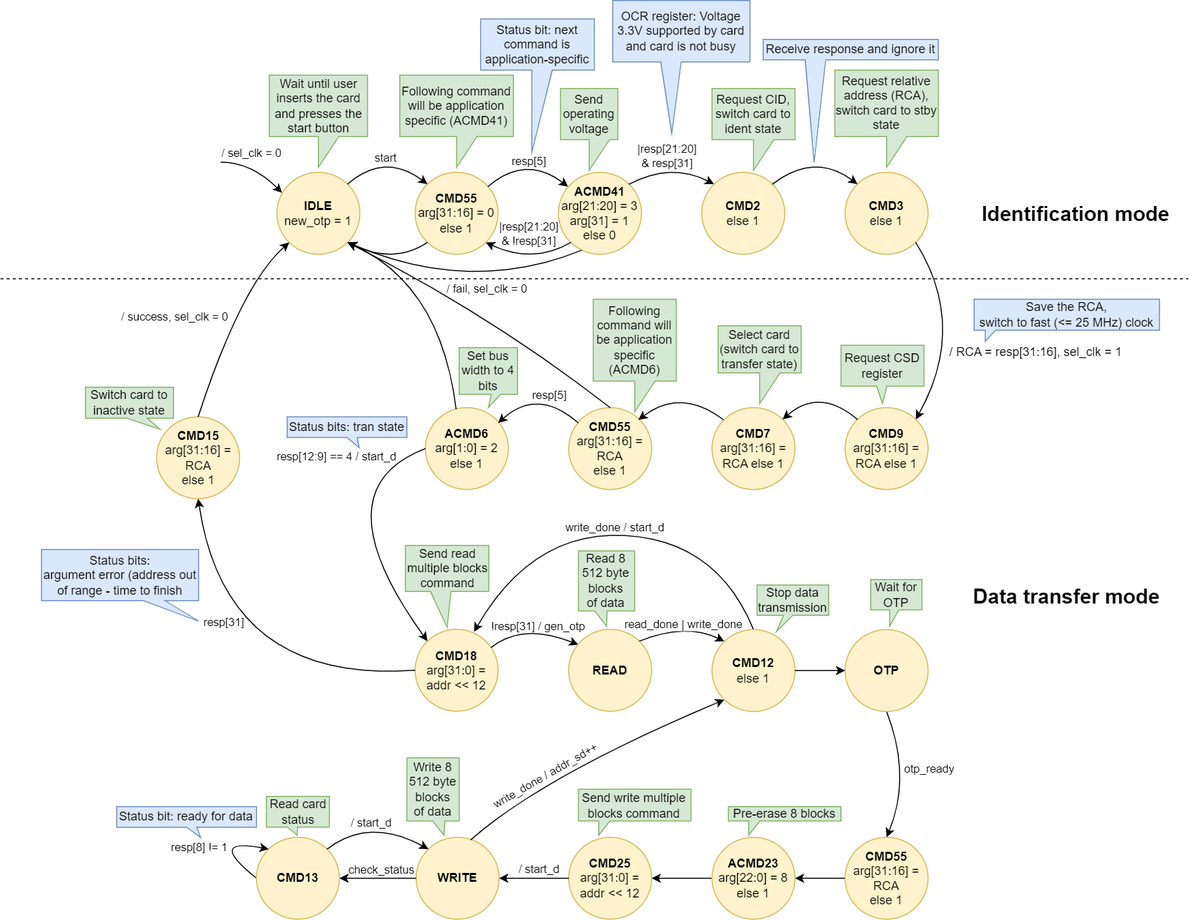
Earlier version of the draw.io export docs/SD/SD_fpga_states.png (sirazenkov/GhostSD). Source tidied: cells renumbered, new cells last; positions are measured from the earlier drawing's top-left corner, leaving out a move shared by most shapes.
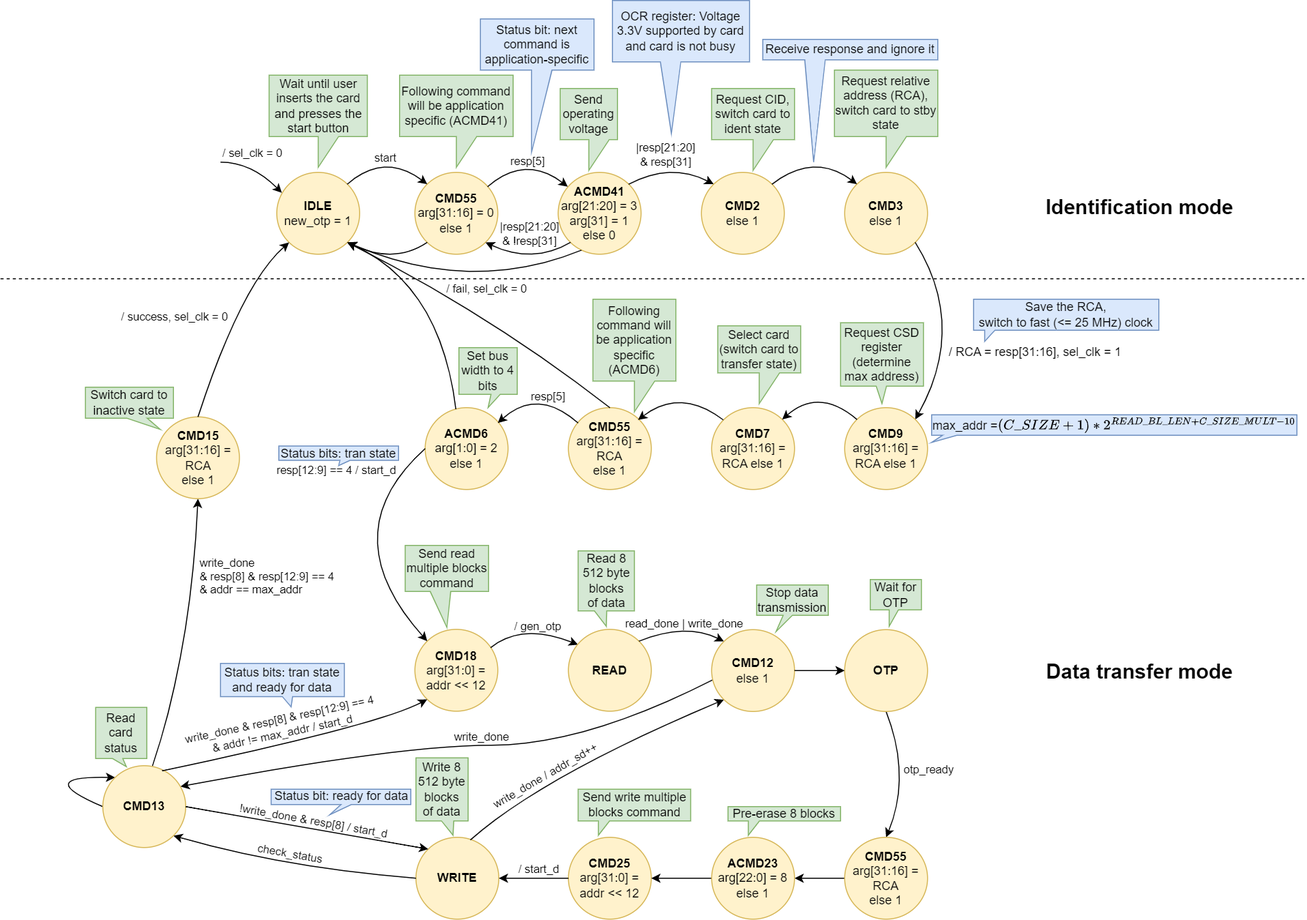
After the commit.

The edit, as a diff of the source:
```diff
@@ -1,4 +1,4 @@
-<mxGraphModel>
+<mxGraphModel math="1">
   <root>
     <mxCell id="0" />
     <mxCell id="1" parent="0" />
@@ -131,13 +131,13 @@
     <mxCell id="26" style="curved=1;endArrow=none;html=1;rounded=0;exitX=0;exitY=0;exitDx=0;exitDy=0;startArrow=classic;startFill=1;endFill=0;entryX=0;entryY=0.5;entryDx=0;entryDy=0;" parent="1" edge="1" source="25" target="22">
       <mxGeometry relative="1" as="geometry">
         <Array as="points">
-          <mxPoint x="310" y="478" />
+          <mxPoint x="323" y="521" />
         </Array>
       </mxGeometry>
     </mxCell>
-    <mxCell id="27" value="resp[12:9] == 4 / start_d" style="edgeLabel;html=1;align=center;verticalAlign=middle;" parent="26" vertex="1">
+    <mxCell id="27" value="resp[12:9] == 4 / start_d" style="edgeLabel;html=1;align=center;verticalAlign=middle;labelBackgroundColor=none;" parent="26" vertex="1">
       <mxGeometry x="0.23" y="-13" relative="1" as="geometry">
-        <mxPoint x="6" y="-26" as="offset" />
+        <mxPoint x="-21" y="-57" as="offset" />
       </mxGeometry>
     </mxCell>
     <mxCell id="28" value="&lt;b&gt;CMD25&lt;/b&gt;&lt;br&gt;arg[31:0] = addr &amp;lt;&amp;lt; 12" style="ellipse;whiteSpace=wrap;html=1;fillColor=#fff2cc;strokeColor=#d6b656;" parent="1" vertex="1">
@@ -151,34 +151,34 @@
         </Array>
       </mxGeometry>
     </mxCell>
-    <mxCell id="30" value="!resp[31] / gen_otp" style="edgeLabel;html=1;align=center;verticalAlign=middle;labelBackgroundColor=none;" parent="29" vertex="1">
+    <mxCell id="30" value="/ gen_otp" style="edgeLabel;html=1;align=center;verticalAlign=middle;labelBackgroundColor=none;" parent="29" vertex="1">
       <mxGeometry x="-0.37" y="-7" relative="1" as="geometry">
         <mxPoint x="17" y="-8" as="offset" />
       </mxGeometry>
     </mxCell>
-    <mxCell id="31" style="curved=1;endArrow=classic;html=1;rounded=0;entryX=0.71;entryY=0.03;entryDx=0;entryDy=0;exitX=0.5;exitY=0;exitDx=0;exitDy=0;entryPerimeter=0;" parent="1" edge="1" source="80" target="25">
+    <mxCell id="31" style="curved=1;endArrow=classic;html=1;rounded=0;entryX=0.937;entryY=0.255;entryDx=0;entryDy=0;exitX=0.017;exitY=0.612;exitDx=0;exitDy=0;entryPerimeter=0;exitPerimeter=0;" parent="1" edge="1" source="80" target="87">
       <mxGeometry relative="1" as="geometry">
         <Array as="points">
-          <mxPoint x="700" y="528" />
-          <mxPoint x="520" y="518" />
+          <mxPoint x="570" y="728" />
+          <mxPoint x="390" y="728" />
         </Array>
       </mxGeometry>
     </mxCell>
-    <mxCell id="32" value="write_done / start_d" style="edgeLabel;html=1;align=center;verticalAlign=middle;" parent="31" vertex="1">
+    <mxCell id="32" value="write_done" style="edgeLabel;html=1;align=center;verticalAlign=middle;" parent="31" vertex="1">
       <mxGeometry x="-0.22" y="13" relative="1" as="geometry">
-        <mxPoint x="-43" y="-24" as="offset" />
+        <mxPoint x="-33" y="-22" as="offset" />
       </mxGeometry>
     </mxCell>
-    <mxCell id="33" style="curved=1;endArrow=classic;html=1;rounded=0;exitX=0;exitY=0.5;exitDx=0;exitDy=0;entryX=0.5;entryY=1;entryDx=0;entryDy=0;" parent="1" edge="1" source="25" target="35">
+    <mxCell id="33" style="curved=1;endArrow=classic;html=1;rounded=0;exitX=0.598;exitY=0.006;exitDx=0;exitDy=0;entryX=0.5;entryY=1;entryDx=0;entryDy=0;exitPerimeter=0;" parent="1" edge="1" source="87" target="35">
       <mxGeometry relative="1" as="geometry">
         <Array as="points">
-          <mxPoint x="220" y="668" />
+          <mxPoint x="186" y="636" />
         </Array>
       </mxGeometry>
     </mxCell>
-    <mxCell id="34" value="resp[31]" style="edgeLabel;html=1;align=center;verticalAlign=middle;" parent="33" vertex="1">
+    <mxCell id="34" value="write_done &lt;br&gt;&amp;amp; resp[8] &amp;amp; resp[12:9] == 4&lt;br&gt;&amp;amp; addr == max_addr" style="edgeLabel;html=1;align=left;verticalAlign=middle;labelBackgroundColor=none;" parent="33" vertex="1">
       <mxGeometry x="0.31" y="-50" relative="1" as="geometry">
-        <mxPoint x="-44" y="2" as="offset" />
+        <mxPoint x="-46" y="-19" as="offset" />
       </mxGeometry>
     </mxCell>
     <mxCell id="35" value="&lt;b&gt;CMD15&lt;/b&gt;&lt;br&gt;arg[31:16] = RCA&lt;br&gt;else 1" style="ellipse;whiteSpace=wrap;html=1;fillColor=#fff2cc;strokeColor=#d6b656;" parent="1" vertex="1">
@@ -255,17 +255,17 @@
     <mxCell id="52" style="endArrow=none;dashed=1;html=1;rounded=0;" parent="1" edge="1">
       <mxGeometry relative="1" as="geometry">
         <mxPoint y="272" as="sourcePoint" />
-        <mxPoint x="1160" y="272" as="targetPoint" />
+        <mxPoint x="1274" y="272" as="targetPoint" />
       </mxGeometry>
     </mxCell>
     <mxCell id="53" value="&lt;font style=&quot;font-size: 20px;&quot;&gt;&lt;b&gt;Identification mode&lt;/b&gt;&lt;/font&gt;" style="text;html=1;strokeColor=none;fillColor=none;align=center;verticalAlign=middle;whiteSpace=wrap;rounded=0;labelBackgroundColor=none;" parent="1" vertex="1">
-      <mxGeometry x="955" y="193" width="191" height="30" as="geometry" />
+      <mxGeometry x="1018" y="186" width="191" height="30" as="geometry" />
     </mxCell>
     <mxCell id="54" value="&lt;font style=&quot;font-size: 20px;&quot;&gt;&lt;b&gt;Data transfer mode&lt;/b&gt;&lt;/font&gt;" style="text;html=1;strokeColor=none;fillColor=none;align=center;verticalAlign=middle;whiteSpace=wrap;rounded=0;labelBackgroundColor=none;" parent="1" vertex="1">
-      <mxGeometry x="946" y="567" width="191" height="30" as="geometry" />
+      <mxGeometry x="1018" y="639.7" width="191" height="30" as="geometry" />
     </mxCell>
-    <mxCell id="55" value="Request CSD register" style="shape=callout;whiteSpace=wrap;html=1;perimeter=calloutPerimeter;fillColor=#d5e8d4;strokeColor=#82b366;size=17;position=0.43;base=10;" parent="1" vertex="1">
-      <mxGeometry x="821" y="337" width="81" height="57" as="geometry" />
+    <mxCell id="55" value="Request CSD register (determine max address)" style="shape=callout;whiteSpace=wrap;html=1;perimeter=calloutPerimeter;fillColor=#d5e8d4;strokeColor=#82b366;size=17;position=0.43;base=10;" parent="1" vertex="1">
+      <mxGeometry x="821" y="315" width="81" height="79" as="geometry" />
     </mxCell>
     <mxCell id="56" value="Status bit: next command is application-specific" style="shape=callout;whiteSpace=wrap;html=1;perimeter=calloutPerimeter;fillColor=#dae8fc;strokeColor=#6c8ebf;size=80;position=0.45;position2=0.45;" parent="1" vertex="1">
       <mxGeometry x="469" y="18" width="111" height="130" as="geometry" />
@@ -279,11 +279,11 @@
     <mxCell id="59" value="Save the RCA,&lt;br&gt;switch to fast (&amp;lt;= 25 MHz) clock" style="shape=callout;whiteSpace=wrap;html=1;perimeter=calloutPerimeter;fillColor=#dae8fc;strokeColor=#6c8ebf;size=11;position=0.06;position2=0.06;base=10;" parent="1" vertex="1">
       <mxGeometry x="951" y="292" width="181" height="41.2" as="geometry" />
     </mxCell>
-    <mxCell id="60" value="Status bits: tran state" style="shape=callout;whiteSpace=wrap;html=1;perimeter=calloutPerimeter;fillColor=#dae8fc;strokeColor=#6c8ebf;size=10;position=0.5;position2=0.6;base=10;" parent="1" vertex="1">
-      <mxGeometry x="280" y="407" width="117" height="30.1" as="geometry" />
+    <mxCell id="60" value="Status bits: tran state" style="shape=callout;whiteSpace=wrap;html=1;perimeter=calloutPerimeter;fillColor=#dae8fc;strokeColor=#6c8ebf;size=5;position=0.51;position2=0.5;base=10;" parent="1" vertex="1">
+      <mxGeometry x="272" y="435.4" width="117" height="19.1" as="geometry" />
     </mxCell>
-    <mxCell id="61" value="Status bits:&lt;br&gt;argument error (address out of range - time to finish" style="shape=callout;whiteSpace=wrap;html=1;perimeter=calloutPerimeter;fillColor=#dae8fc;strokeColor=#6c8ebf;size=20;position=0.65;position2=1;base=21;" parent="1" vertex="1">
-      <mxGeometry x="40" y="536.7" width="153.5" height="70" as="geometry" />
+    <mxCell id="61" value="max_addr =\(&lt;br&gt;(C\_SIZE+1)*2^{READ\_BL\_LEN+C\_SIZE\_MULT-10}\)" style="shape=callout;whiteSpace=wrap;html=1;perimeter=calloutPerimeter;fillColor=#dae8fc;strokeColor=#6c8ebf;size=7;position=0.03;position2=0;base=14;" parent="1" vertex="1">
+      <mxGeometry x="910" y="405" width="357" height="27" as="geometry" />
     </mxCell>
     <mxCell id="62" value="Read 8 512 byte&lt;br&gt;&amp;nbsp;blocks&amp;nbsp; of data" style="shape=callout;whiteSpace=wrap;html=1;perimeter=calloutPerimeter;fillColor=#d5e8d4;strokeColor=#82b366;size=15;position=0.29;base=12;" parent="1" vertex="1">
       <mxGeometry x="564.5" y="538" width="55" height="73.7" as="geometry" />
@@ -367,7 +367,7 @@
       <mxGeometry x="739" y="571.3" width="70" height="45.7" as="geometry" />
     </mxCell>
     <mxCell id="79" value="Write 8 512 byte&lt;br&gt;&amp;nbsp;blocks&amp;nbsp; of data" style="shape=callout;whiteSpace=wrap;html=1;perimeter=calloutPerimeter;fillColor=#d5e8d4;strokeColor=#82b366;size=14;position=0.49;base=12;position2=0.71;" parent="1" vertex="1">
-      <mxGeometry x="397" y="740.3" width="51" height="75.7" as="geometry" />
+      <mxGeometry x="406" y="740.3" width="51" height="75.7" as="geometry" />
     </mxCell>
     <mxCell id="80" value="&lt;b&gt;CMD12&lt;/b&gt;&lt;br&gt;else 1" style="ellipse;whiteSpace=wrap;html=1;fillColor=#fff2cc;strokeColor=#d6b656;" parent="1" vertex="1">
       <mxGeometry x="695" y="615" width="81" height="80" as="geometry" />
@@ -375,31 +375,30 @@
     <mxCell id="81" value="&lt;b&gt;OTP&lt;/b&gt;" style="ellipse;whiteSpace=wrap;html=1;fillColor=#fff2cc;strokeColor=#d6b656;" parent="1" vertex="1">
       <mxGeometry x="825" y="615" width="81" height="80" as="geometry" />
     </mxCell>
-    <mxCell id="82" style="curved=1;endArrow=none;html=1;rounded=0;entryX=0;entryY=0.5;entryDx=0;entryDy=0;startArrow=classic;startFill=1;endFill=0;exitX=1;exitY=0.5;exitDx=0;exitDy=0;" parent="1" edge="1" source="87" target="64">
-      <mxGeometry relative="1" as="geometry" />
+    <mxCell id="82" style="curved=1;endArrow=none;html=1;rounded=0;entryX=0;entryY=0.5;entryDx=0;entryDy=0;startArrow=classic;startFill=1;endFill=0;exitX=1;exitY=1;exitDx=0;exitDy=0;" parent="1" edge="1" source="87" target="64">
+      <mxGeometry relative="1" as="geometry">
+        <Array as="points">
+          <mxPoint x="280" y="848" />
+        </Array>
+      </mxGeometry>
     </mxCell>
-    <mxCell id="83" value="check_status" style="edgeLabel;html=1;align=center;verticalAlign=middle;labelBackgroundColor=none;" parent="82" vertex="1">
+    <mxCell id="83" value="check_status" style="edgeLabel;html=1;align=center;verticalAlign=middle;labelBackgroundColor=none;rotation=10;" parent="82" vertex="1">
       <mxGeometry x="-0.33" y="2" relative="1" as="geometry">
-        <mxPoint x="16" y="-7" as="offset" />
+        <mxPoint x="36" y="-3" as="offset" />
       </mxGeometry>
     </mxCell>
     <mxCell id="84" style="curved=1;endArrow=none;html=1;rounded=0;startArrow=classic;startFill=1;endFill=0;exitX=0;exitY=0;exitDx=0;exitDy=0;entryX=0;entryY=0.5;entryDx=0;entryDy=0;" parent="1" edge="1" source="87" target="87">
       <mxGeometry relative="1" as="geometry">
         <Array as="points">
-          <mxPoint x="200" y="818" />
+          <mxPoint x="30" y="758" />
         </Array>
       </mxGeometry>
     </mxCell>
-    <mxCell id="85" value="resp[8] != 1" style="edgeLabel;html=1;align=center;verticalAlign=middle;labelBackgroundColor=none;" parent="84" vertex="1">
-      <mxGeometry x="-0.33" y="2" relative="1" as="geometry">
-        <mxPoint x="-26" y="4" as="offset" />
-      </mxGeometry>
-    </mxCell>
     <mxCell id="86" style="curved=1;endArrow=classic;html=1;rounded=0;exitX=1;exitY=0.5;exitDx=0;exitDy=0;entryX=0;entryY=0.5;entryDx=0;entryDy=0;" parent="1" edge="1" source="80" target="81">
       <mxGeometry relative="1" as="geometry" />
     </mxCell>
     <mxCell id="87" value="&lt;b&gt;CMD13&lt;/b&gt;" style="ellipse;whiteSpace=wrap;html=1;fillColor=#fff2cc;strokeColor=#d6b656;" parent="1" vertex="1">
-      <mxGeometry x="250" y="818" width="81" height="80" as="geometry" />
+      <mxGeometry x="100" y="748" width="81" height="80" as="geometry" />
     </mxCell>
     <mxCell id="88" style="edgeStyle=orthogonalEdgeStyle;rounded=0;jettySize=auto;html=1;" parent="1" edge="1" source="89" target="91">
       <mxGeometry relative="1" as="geometry" />
@@ -416,26 +415,37 @@
     <mxCell id="92" value="Pre-erase 8 blocks" style="shape=callout;whiteSpace=wrap;html=1;perimeter=calloutPerimeter;fillColor=#d5e8d4;strokeColor=#82b366;size=14;position=0.18;position2=0.18;base=11;" parent="1" vertex="1">
       <mxGeometry x="711" y="788" width="110" height="28" as="geometry" />
     </mxCell>
-    <mxCell id="93" style="curved=1;endArrow=none;html=1;rounded=0;startArrow=classic;startFill=1;endFill=0;exitX=0;exitY=0;exitDx=0;exitDy=0;entryX=1;entryY=0;entryDx=0;entryDy=0;" parent="1" edge="1" source="64" target="87">
-      <mxGeometry relative="1" as="geometry">
-        <Array as="points">
-          <mxPoint x="360" y="798" />
-        </Array>
-      </mxGeometry>
+    <mxCell id="93" style="curved=1;endArrow=none;html=1;rounded=0;startArrow=classic;startFill=1;endFill=0;exitX=0;exitY=0;exitDx=0;exitDy=0;entryX=1;entryY=0.5;entryDx=0;entryDy=0;" parent="1" edge="1" source="64" target="87">
+      <mxGeometry relative="1" as="geometry" />
     </mxCell>
-    <mxCell id="94" value="/ start_d" style="edgeLabel;html=1;align=center;verticalAlign=middle;" parent="93" vertex="1">
+    <mxCell id="94" value="!write_done &amp;amp; resp[8] / start_d" style="edgeLabel;html=1;align=center;verticalAlign=middle;labelBackgroundColor=none;rotation=10;" parent="93" vertex="1">
       <mxGeometry x="-0.01" y="11" relative="1" as="geometry">
-        <mxPoint y="-8" as="offset" />
+        <mxPoint x="6" y="-19" as="offset" />
       </mxGeometry>
     </mxCell>
-    <mxCell id="95" value="Status bit: ready for data" style="shape=callout;whiteSpace=wrap;html=1;perimeter=calloutPerimeter;fillColor=#dae8fc;strokeColor=#6c8ebf;size=10;position=0.5;position2=0.6;base=10;" parent="1" vertex="1">
-      <mxGeometry x="113.5" y="788" width="136.5" height="30.1" as="geometry" />
+    <mxCell id="95" value="Status bit: ready for data" style="shape=callout;whiteSpace=wrap;html=1;perimeter=calloutPerimeter;fillColor=#dae8fc;strokeColor=#6c8ebf;size=10;position=0.5;position2=0.42;base=10;" parent="1" vertex="1">
+      <mxGeometry x="264.5" y="771" width="136.5" height="25" as="geometry" />
     </mxCell>
-    <mxCell id="96" value="Read card status" style="shape=callout;whiteSpace=wrap;html=1;perimeter=calloutPerimeter;fillColor=#d5e8d4;strokeColor=#82b366;size=8;position=0.33;position2=0.49;base=10;" parent="1" vertex="1">
-      <mxGeometry x="259.8" y="778" width="61.5" height="38" as="geometry" />
+    <mxCell id="96" value="Read card status" style="shape=callout;whiteSpace=wrap;html=1;perimeter=calloutPerimeter;fillColor=#d5e8d4;strokeColor=#82b366;size=8;position=0.33;position2=0.6;base=10;" parent="1" vertex="1">
+      <mxGeometry x="93" y="691" width="50" height="58" as="geometry" />
     </mxCell>
     <mxCell id="97" value="Wait for OTP" style="shape=callout;whiteSpace=wrap;html=1;perimeter=calloutPerimeter;fillColor=#d5e8d4;strokeColor=#82b366;size=16;position=0.37;position2=0.37;base=9;" parent="1" vertex="1">
       <mxGeometry x="850" y="566" width="50" height="45.7" as="geometry" />
     </mxCell>
+    <mxCell id="98" style="curved=1;endArrow=none;html=1;rounded=0;startArrow=classic;startFill=1;endFill=0;exitX=0;exitY=1;exitDx=0;exitDy=0;entryX=0.716;entryY=0.063;entryDx=0;entryDy=0;entryPerimeter=0;" parent="1" edge="1" source="25" target="87">
+      <mxGeometry relative="1" as="geometry">
+        <Array as="points">
+          <mxPoint x="370" y="708" />
+        </Array>
+      </mxGeometry>
+    </mxCell>
+    <mxCell id="99" value="write_done &amp;amp; resp[8] &amp;amp; resp[12:9] == 4&lt;br&gt;&amp;amp; addr != max_addr / start_d" style="edgeLabel;html=1;align=center;verticalAlign=middle;labelBackgroundColor=none;rotation=-12;" parent="98" vertex="1">
+      <mxGeometry x="-0.01" y="11" relative="1" as="geometry">
+        <mxPoint x="-20" y="-26" as="offset" />
+      </mxGeometry>
+    </mxCell>
+    <mxCell id="100" value="Status bits: tran state and ready for data" style="shape=callout;whiteSpace=wrap;html=1;perimeter=calloutPerimeter;fillColor=#dae8fc;strokeColor=#6c8ebf;size=10;position=0.5;position2=0.57;base=10;" parent="1" vertex="1">
+      <mxGeometry x="215" y="648" width="121" height="42.5" as="geometry" />
+    </mxCell>
   </root>
 </mxGraphModel>
```
